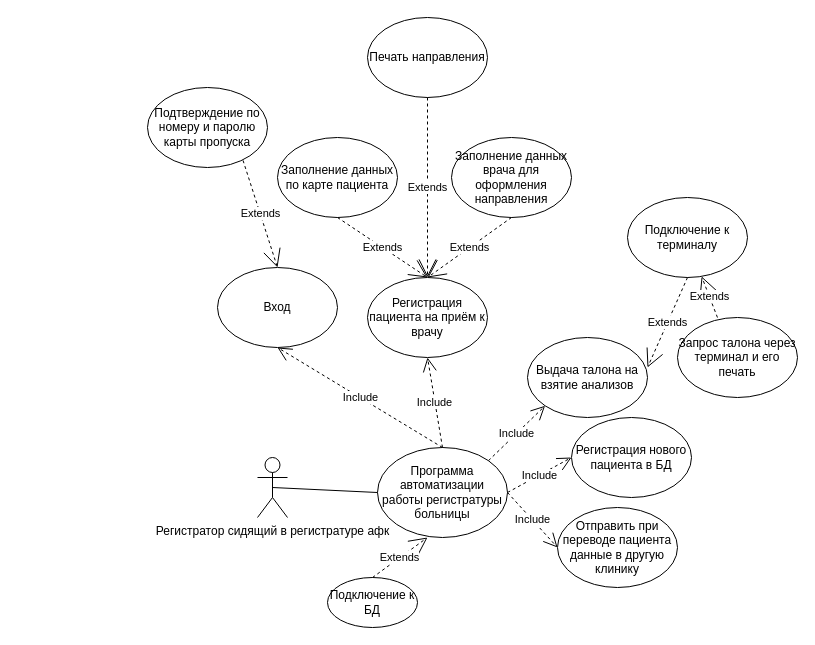
Before: page "Page-1" (1 of 6) of ОКР ТРПО.drawio in DarkReduX/Diagrams-for-projects, a draw.io diagram. Source tidied: cells renumbered, new cells numbered last; positions are measured from the earlier drawing's top-left corner, leaving out a move shared by most shapes. Both pictures are drawn from the tidied source at 100%, with x=0, y=0 at pixel (147, 17).
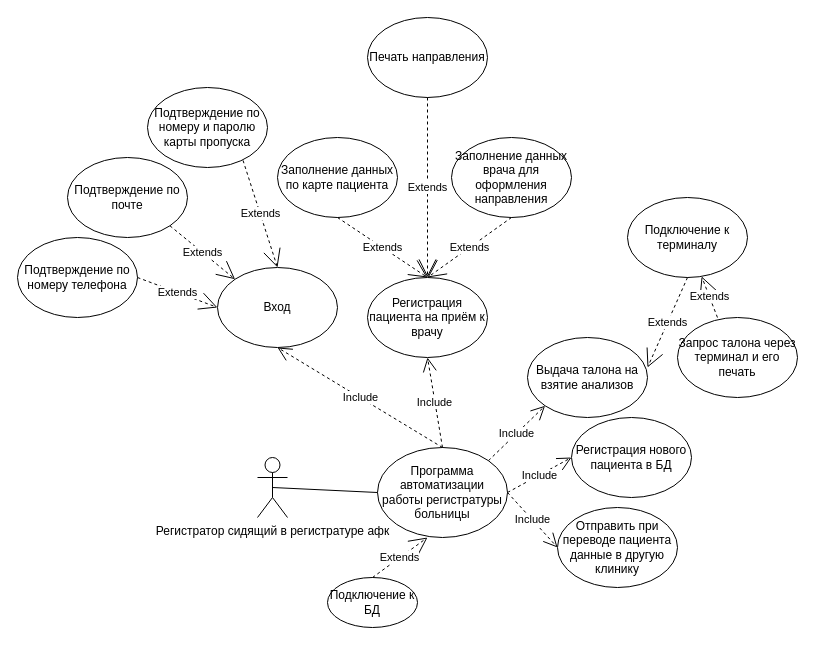
After the change.

The change refers to these unchanged cells:
```xml
<mxCell id="6" value="Вход" style="ellipse;whiteSpace=wrap;html=1;" parent="1" vertex="1">
  <mxGeometry x="70" y="250" width="120" height="80" as="geometry" />
</mxCell>
```

Change to the diagram source:
```diff
@@
+    <mxCell id="29" value="Подтверждение по почте" style="ellipse;whiteSpace=wrap;html=1;" parent="1" vertex="1">
+      <mxGeometry x="-80" y="140" width="120" height="80" as="geometry" />
+    </mxCell>
+    <mxCell id="30" value="Extends" style="endArrow=open;endSize=16;endFill=0;html=1;entryX=0;entryY=0;entryDx=0;entryDy=0;exitX=1;exitY=1;exitDx=0;exitDy=0;dashed=1;" parent="1" edge="1" source="29" target="6">
+      <mxGeometry relative="1" as="geometry" />
+    </mxCell>
+    <mxCell id="31" value="Подтверждение по номеру телефона" style="ellipse;whiteSpace=wrap;html=1;" parent="1" vertex="1">
+      <mxGeometry x="-130" y="220" width="120" height="80" as="geometry" />
+    </mxCell>
+    <mxCell id="32" value="Extends" style="endArrow=open;endSize=16;endFill=0;html=1;entryX=0;entryY=0.5;entryDx=0;entryDy=0;exitX=1;exitY=0.5;exitDx=0;exitDy=0;dashed=1;" parent="1" edge="1" source="31" target="6">
+      <mxGeometry relative="1" as="geometry" />
+    </mxCell>
```
